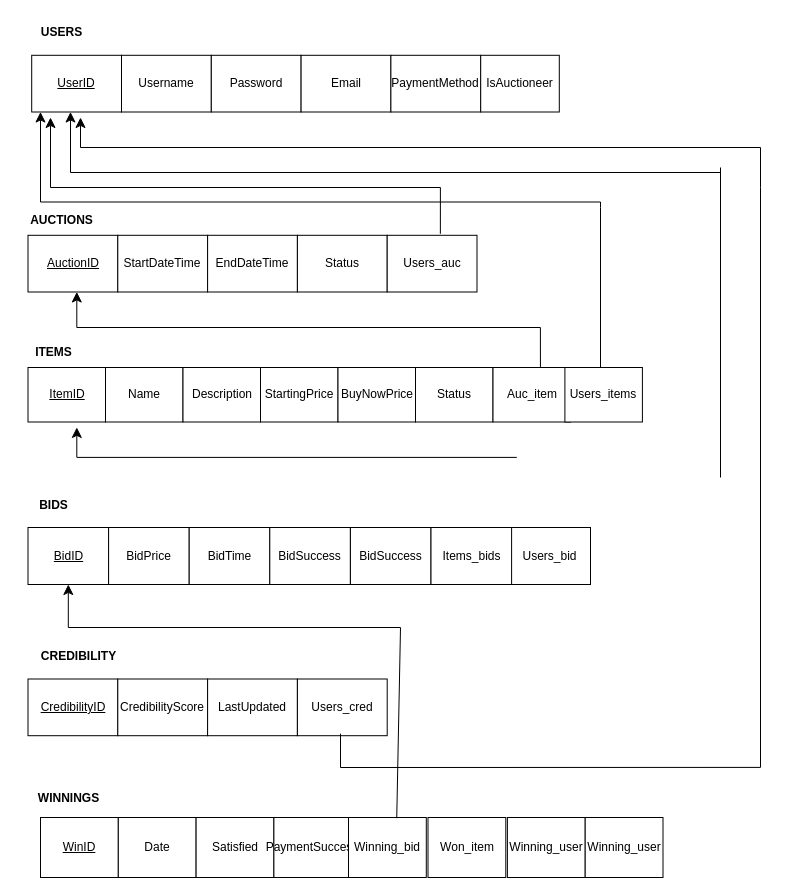
NickYaoo/DatabaseManagementProject keeps this draw.io diagram as Relational Schema.drawio. Above is the earlier version. Source tidied: cells renumbered, new cells numbered last; positions are measured from the earlier drawing's top-left corner, leaving out a move shared by most shapes. Both pictures are drawn from the tidied source at 100%, with x=0, y=0 at pixel (16, 17).
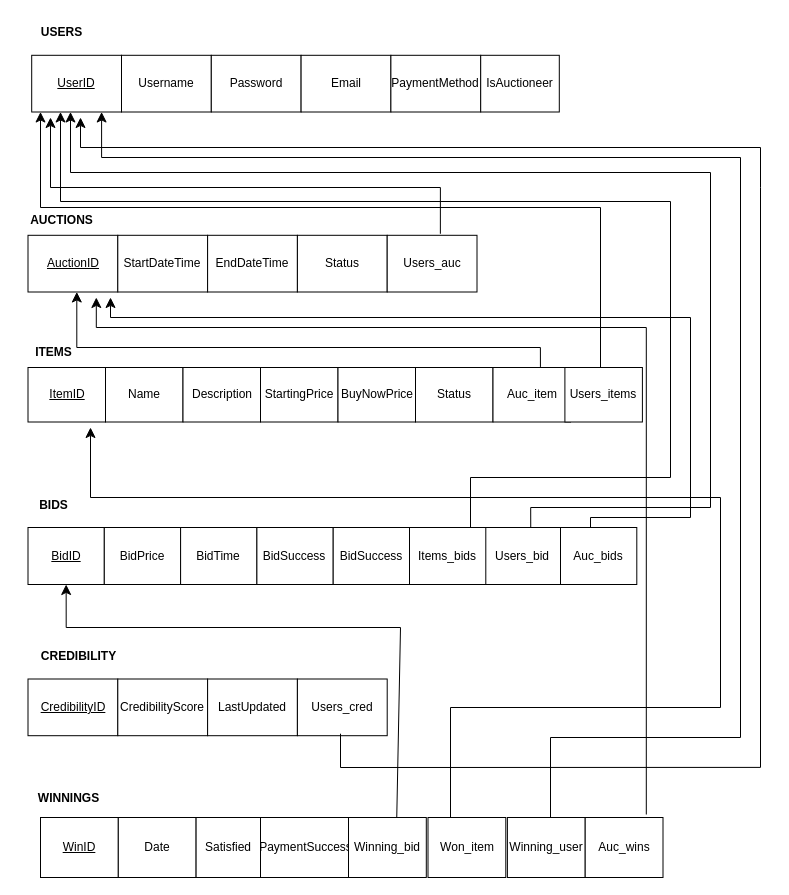
The same page after the edit.

Unchanged cells that the change refers to:
```xml
<mxCell id="39" value="Auc_item" style="rounded=0;whiteSpace=wrap;html=1;" parent="1" vertex="1">
  <mxGeometry x="476.5" y="350" width="77.5" height="54.5" as="geometry" />
</mxCell>
<mxCell id="40" value="Users_items" style="rounded=0;whiteSpace=wrap;html=1;" parent="1" vertex="1">
  <mxGeometry x="548.4" y="350" width="77.5" height="54.5" as="geometry" />
</mxCell>
```

What changed in the source:
```diff
@@
-    <mxCell id="19" style="group;" parent="1" vertex="1">
-      <mxGeometry x="60.3" y="409.9" width="440" height="30" as="geometry" />
-    </mxCell>
-    <mxCell id="20" style="edgeStyle=segmentEdgeStyle;endArrow=classic;html=1;curved=0;rounded=0;endSize=8;startSize=8;" parent="19" edge="1">
-      <mxGeometry relative="1" as="geometry">
-        <mxPoint x="440" y="30" as="sourcePoint" />
-        <mxPoint as="targetPoint" />
-      </mxGeometry>
-    </mxCell>
@@
     <mxCell id="30" style="edgeStyle=segmentEdgeStyle;endArrow=classic;html=1;curved=0;rounded=0;endSize=8;startSize=8;exitX=0.612;exitY=-0.01;exitDx=0;exitDy=0;exitPerimeter=0;" parent="1" edge="1" source="39">
       <mxGeometry relative="1" as="geometry">
         <mxPoint x="60.3" y="274.5" as="targetPoint" />
         <Array as="points">
-          <mxPoint x="524" y="310" />
-          <mxPoint x="60" y="310" />
+          <mxPoint x="524" y="330" />
+          <mxPoint x="60" y="330" />
         </Array>
       </mxGeometry>
     </mxCell>
-    <mxCell id="31" style="edgeStyle=segmentEdgeStyle;endArrow=classic;html=1;curved=0;rounded=0;endSize=8;startSize=8;" parent="1" edge="1">
+    <mxCell id="31" style="edgeStyle=segmentEdgeStyle;endArrow=classic;html=1;curved=0;rounded=0;endSize=8;startSize=8;exitX=0.61;exitY=0.016;exitDx=0;exitDy=0;exitPerimeter=0;" parent="1" edge="1" source="60">
       <mxGeometry relative="1" as="geometry">
-        <mxPoint x="704" y="155" as="sourcePoint" />
         <mxPoint x="54" y="94.5" as="targetPoint" />
         <Array as="points">
-          <mxPoint x="54" y="154.5" />
+          <mxPoint x="514" y="490" />
+          <mxPoint x="694" y="490" />
+          <mxPoint x="694" y="155" />
+          <mxPoint x="54" y="155" />
         </Array>
       </mxGeometry>
     </mxCell>
-    <mxCell id="32" style="endArrow=none;html=1;rounded=0;" parent="1" edge="1">
-      <mxGeometry relative="1" as="geometry">
-        <mxPoint x="704" y="460" as="sourcePoint" />
-        <mxPoint x="704" y="150" as="targetPoint" />
-      </mxGeometry>
-    </mxCell>
@@
-    <mxCell id="41" style="endArrow=none;html=1;rounded=0;" parent="1" edge="1">
-      <mxGeometry relative="1" as="geometry">
-        <mxPoint x="584" y="350" as="sourcePoint" />
-        <mxPoint x="584" y="190" as="targetPoint" />
-      </mxGeometry>
-    </mxCell>
-    <mxCell id="42" style="edgeStyle=segmentEdgeStyle;endArrow=classic;html=1;curved=0;rounded=0;endSize=8;startSize=8;" parent="1" edge="1">
+    <mxCell id="42" style="edgeStyle=segmentEdgeStyle;endArrow=classic;html=1;curved=0;rounded=0;endSize=8;startSize=8;exitX=0.5;exitY=0;exitDx=0;exitDy=0;" parent="1" edge="1" source="40">
       <mxGeometry relative="1" as="geometry">
-        <mxPoint x="584" y="190" as="sourcePoint" />
         <mxPoint x="24" y="94.5" as="targetPoint" />
         <Array as="points">
-          <mxPoint x="24" y="184.5" />
+          <mxPoint x="584" y="350" />
+          <mxPoint x="584" y="190" />
+          <mxPoint x="24" y="190" />
         </Array>
       </mxGeometry>
     </mxCell>
@@
-    <mxCell id="45" style="group;" parent="1" vertex="1">
-      <mxGeometry x="24" y="800" width="622.5" height="60" as="geometry" />
-    </mxCell>
+    <mxCell id="54" style="endArrow=none;html=1;rounded=0;exitX=0.62;exitY=0.011;exitDx=0;exitDy=0;exitPerimeter=0;" parent="1" edge="1" source="50">
+      <mxGeometry relative="1" as="geometry">
+        <mxPoint x="384" y="610" as="targetPoint" />
+      </mxGeometry>
+    </mxCell>
+    <mxCell id="63" style="edgeStyle=segmentEdgeStyle;endArrow=classic;html=1;curved=0;rounded=0;endSize=8;startSize=8;" parent="1" edge="1">
+      <mxGeometry relative="1" as="geometry">
+        <mxPoint x="454" y="510" as="sourcePoint" />
+        <mxPoint x="44" y="94.5" as="targetPoint" />
+        <Array as="points">
+          <mxPoint x="454" y="460" />
+          <mxPoint x="654" y="460" />
+          <mxPoint x="654" y="184" />
+          <mxPoint x="44" y="184" />
+        </Array>
+      </mxGeometry>
+    </mxCell>
-    <mxCell id="46" value="&lt;u&gt;WinID&lt;/u&gt;" style="rounded=0;whiteSpace=wrap;html=1;" parent="45" vertex="1">
-      <mxGeometry width="77.8" height="60" as="geometry" />
+    <mxCell id="46" value="&lt;u&gt;WinID&lt;/u&gt;" style="rounded=0;whiteSpace=wrap;html=1;" parent="1" vertex="1">
+      <mxGeometry x="24" y="800" width="77.8" height="60" as="geometry" />
     </mxCell>
-    <mxCell id="47" value="Date" style="rounded=0;whiteSpace=wrap;html=1;" parent="45" vertex="1">
-      <mxGeometry x="77.8" width="77.8" height="60" as="geometry" />
+    <mxCell id="47" value="Date" style="rounded=0;whiteSpace=wrap;html=1;" parent="1" vertex="1">
+      <mxGeometry x="101.8" y="800" width="77.8" height="60" as="geometry" />
     </mxCell>
-    <mxCell id="48" value="Satisfied" style="rounded=0;whiteSpace=wrap;html=1;" parent="45" vertex="1">
-      <mxGeometry x="155.6" width="77.8" height="60" as="geometry" />
+    <mxCell id="48" value="Satisfied" style="rounded=0;whiteSpace=wrap;html=1;" parent="1" vertex="1">
+      <mxGeometry x="179.6" y="800" width="64.4" height="60" as="geometry" />
     </mxCell>
-    <mxCell id="49" value="PaymentSuccess" style="rounded=0;whiteSpace=wrap;html=1;" parent="45" vertex="1">
-      <mxGeometry x="233.4" width="77.8" height="60" as="geometry" />
+    <mxCell id="49" value="PaymentSuccess" style="rounded=0;whiteSpace=wrap;html=1;" parent="1" vertex="1">
+      <mxGeometry x="244" y="800" width="91.3" height="60" as="geometry" />
     </mxCell>
-    <mxCell id="50" value="Winning_bid" style="rounded=0;whiteSpace=wrap;html=1;" parent="45" vertex="1">
-      <mxGeometry x="308" width="77.8" height="60" as="geometry" />
+    <mxCell id="50" value="Winning_bid" style="rounded=0;whiteSpace=wrap;html=1;" parent="1" vertex="1">
+      <mxGeometry x="332" y="800" width="77.8" height="60" as="geometry" />
     </mxCell>
-    <mxCell id="51" value="Won_item" style="rounded=0;whiteSpace=wrap;html=1;" parent="45" vertex="1">
-      <mxGeometry x="387.5" width="77.8" height="60" as="geometry" />
+    <mxCell id="51" value="Won_item" style="rounded=0;whiteSpace=wrap;html=1;" parent="1" vertex="1">
+      <mxGeometry x="411.5" y="800" width="77.8" height="60" as="geometry" />
     </mxCell>
-    <mxCell id="52" value="Winning_user" style="rounded=0;whiteSpace=wrap;html=1;" parent="45" vertex="1">
-      <mxGeometry x="466.9" width="77.8" height="60" as="geometry" />
+    <mxCell id="52" value="Winning_user" style="rounded=0;whiteSpace=wrap;html=1;" parent="1" vertex="1">
+      <mxGeometry x="490.9" y="800" width="77.8" height="60" as="geometry" />
     </mxCell>
-    <mxCell id="53" value="Winning_user" style="rounded=0;whiteSpace=wrap;html=1;" parent="45" vertex="1">
-      <mxGeometry x="544.7" width="77.8" height="60" as="geometry" />
+    <mxCell id="53" value="Auc_wins" style="rounded=0;whiteSpace=wrap;html=1;" parent="1" vertex="1">
+      <mxGeometry x="568.7" y="800" width="77.8" height="60" as="geometry" />
     </mxCell>
-    <mxCell id="54" style="endArrow=none;html=1;rounded=0;exitX=0.62;exitY=0.011;exitDx=0;exitDy=0;exitPerimeter=0;" parent="1" edge="1" source="50">
-      <mxGeometry relative="1" as="geometry">
-        <mxPoint x="384" y="610" as="targetPoint" />
-      </mxGeometry>
-    </mxCell>
-    <mxCell id="55" style="group;" parent="1" vertex="1">
-      <mxGeometry x="11.5" y="510" width="562.5" height="57" as="geometry" />
-    </mxCell>
+    <mxCell id="64" style="edgeStyle=segmentEdgeStyle;endArrow=classic;html=1;curved=0;rounded=0;endSize=8;startSize=8;" parent="1" edge="1" source="51">
+      <mxGeometry relative="1" as="geometry">
+        <mxPoint x="74" y="410" as="targetPoint" />
+        <Array as="points">
+          <mxPoint x="434" y="690" />
+          <mxPoint x="704" y="690" />
+          <mxPoint x="704" y="480" />
+          <mxPoint x="74" y="480" />
+        </Array>
+      </mxGeometry>
+    </mxCell>
+    <mxCell id="65" style="edgeStyle=segmentEdgeStyle;endArrow=classic;html=1;curved=0;rounded=0;endSize=8;startSize=8;" parent="1" edge="1">
+      <mxGeometry relative="1" as="geometry">
+        <mxPoint x="629.8" y="797" as="sourcePoint" />
+        <mxPoint x="79.8" y="280" as="targetPoint" />
+        <Array as="points">
+          <mxPoint x="629.8" y="310" />
+          <mxPoint x="79.8" y="310" />
+        </Array>
+      </mxGeometry>
+    </mxCell>
+    <mxCell id="66" style="edgeStyle=segmentEdgeStyle;endArrow=classic;html=1;curved=0;rounded=0;endSize=8;startSize=8;exitX=0.5;exitY=0;exitDx=0;exitDy=0;" parent="1" edge="1" source="52">
+      <mxGeometry relative="1" as="geometry">
+        <mxPoint x="85.1" y="94.5" as="targetPoint" />
+        <Array as="points">
+          <mxPoint x="534" y="800" />
+          <mxPoint x="534" y="720" />
+          <mxPoint x="724" y="720" />
+          <mxPoint x="724" y="140" />
+          <mxPoint x="85" y="140" />
+        </Array>
+      </mxGeometry>
+    </mxCell>
-    <mxCell id="56" value="&lt;u&gt;BidID&lt;/u&gt;" style="rounded=0;whiteSpace=wrap;html=1;" parent="55" vertex="1">
-      <mxGeometry width="80.6" height="57" as="geometry" />
+    <mxCell id="56" value="&lt;u&gt;BidID&lt;/u&gt;" style="rounded=0;whiteSpace=wrap;html=1;" parent="1" vertex="1">
+      <mxGeometry x="11.5" y="510" width="76.3" height="57" as="geometry" />
     </mxCell>
-    <mxCell id="57" value="BidPrice" style="rounded=0;whiteSpace=wrap;html=1;" parent="55" vertex="1">
-      <mxGeometry x="80.6" width="80.6" height="57" as="geometry" />
+    <mxCell id="57" value="BidPrice" style="rounded=0;whiteSpace=wrap;html=1;" parent="1" vertex="1">
+      <mxGeometry x="87.8" y="510" width="76.3" height="57" as="geometry" />
     </mxCell>
-    <mxCell id="58" value="BidTime" style="rounded=0;whiteSpace=wrap;html=1;" parent="55" vertex="1">
-      <mxGeometry x="161.2" width="80.6" height="57" as="geometry" />
+    <mxCell id="58" value="BidTime" style="rounded=0;whiteSpace=wrap;html=1;" parent="1" vertex="1">
+      <mxGeometry x="164.1" y="510" width="76.3" height="57" as="geometry" />
     </mxCell>
-    <mxCell id="59" value="BidSuccess" style="rounded=0;whiteSpace=wrap;html=1;" parent="55" vertex="1">
-      <mxGeometry x="241.8" width="80.6" height="57" as="geometry" />
+    <mxCell id="59" value="BidSuccess" style="rounded=0;whiteSpace=wrap;html=1;" parent="1" vertex="1">
+      <mxGeometry x="240.4" y="510" width="76.3" height="57" as="geometry" />
     </mxCell>
-    <mxCell id="60" value="Users_bid" style="rounded=0;whiteSpace=wrap;html=1;" parent="55" vertex="1">
-      <mxGeometry x="481.9" width="80.6" height="57" as="geometry" />
+    <mxCell id="60" value="Users_bid" style="rounded=0;whiteSpace=wrap;html=1;" parent="1" vertex="1">
+      <mxGeometry x="467.7" y="510" width="76.3" height="57" as="geometry" />
     </mxCell>
-    <mxCell id="61" value="BidSuccess" style="rounded=0;whiteSpace=wrap;html=1;" parent="55" vertex="1">
-      <mxGeometry x="322.4" width="80.6" height="57" as="geometry" />
+    <mxCell id="61" value="BidSuccess" style="rounded=0;whiteSpace=wrap;html=1;" parent="1" vertex="1">
+      <mxGeometry x="316.7" y="510" width="76.3" height="57" as="geometry" />
     </mxCell>
-    <mxCell id="62" value="Items_bids" style="rounded=0;whiteSpace=wrap;html=1;" parent="55" vertex="1">
-      <mxGeometry x="403" width="80.6" height="57" as="geometry" />
+    <mxCell id="62" value="Items_bids" style="rounded=0;whiteSpace=wrap;html=1;" parent="1" vertex="1">
+      <mxGeometry x="393" y="510" width="76.3" height="57" as="geometry" />
     </mxCell>
+    <mxCell id="67" value="Auc_bids" style="rounded=0;whiteSpace=wrap;html=1;" parent="1" vertex="1">
+      <mxGeometry x="544" y="510" width="76.3" height="57" as="geometry" />
+    </mxCell>
+    <mxCell id="68" style="edgeStyle=segmentEdgeStyle;endArrow=classic;html=1;curved=0;rounded=0;endSize=8;startSize=8;" parent="1" edge="1">
+      <mxGeometry relative="1" as="geometry">
+        <mxPoint x="574" y="510" as="sourcePoint" />
+        <mxPoint x="94" y="280" as="targetPoint" />
+        <Array as="points">
+          <mxPoint x="574" y="500" />
+          <mxPoint x="674" y="500" />
+          <mxPoint x="674" y="300" />
+          <mxPoint x="94" y="300" />
+        </Array>
+      </mxGeometry>
+    </mxCell>
```
